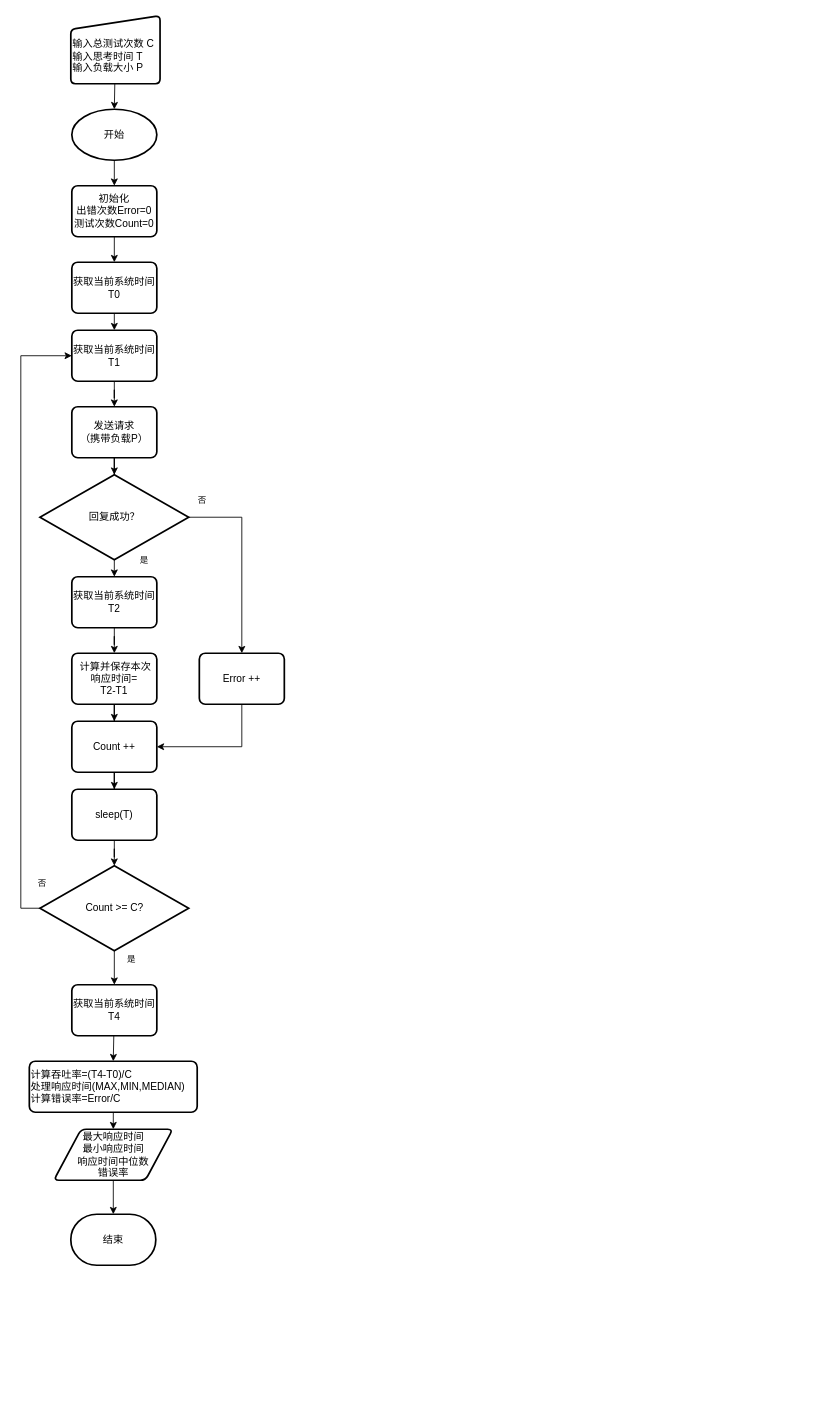
Earlier version of the draw.io diagram page "Copy of Copy of Copy of Page-2" (5 of 6) of test_flow.drawio (bingo787/draw). Source tidied: cells renumbered, new cells numbered last; positions are measured from the earlier drawing's top-left corner, leaving out a move shared by most shapes. Both pictures are drawn from the tidied source at 85%, with x=0, y=0 at pixel (20, 15).
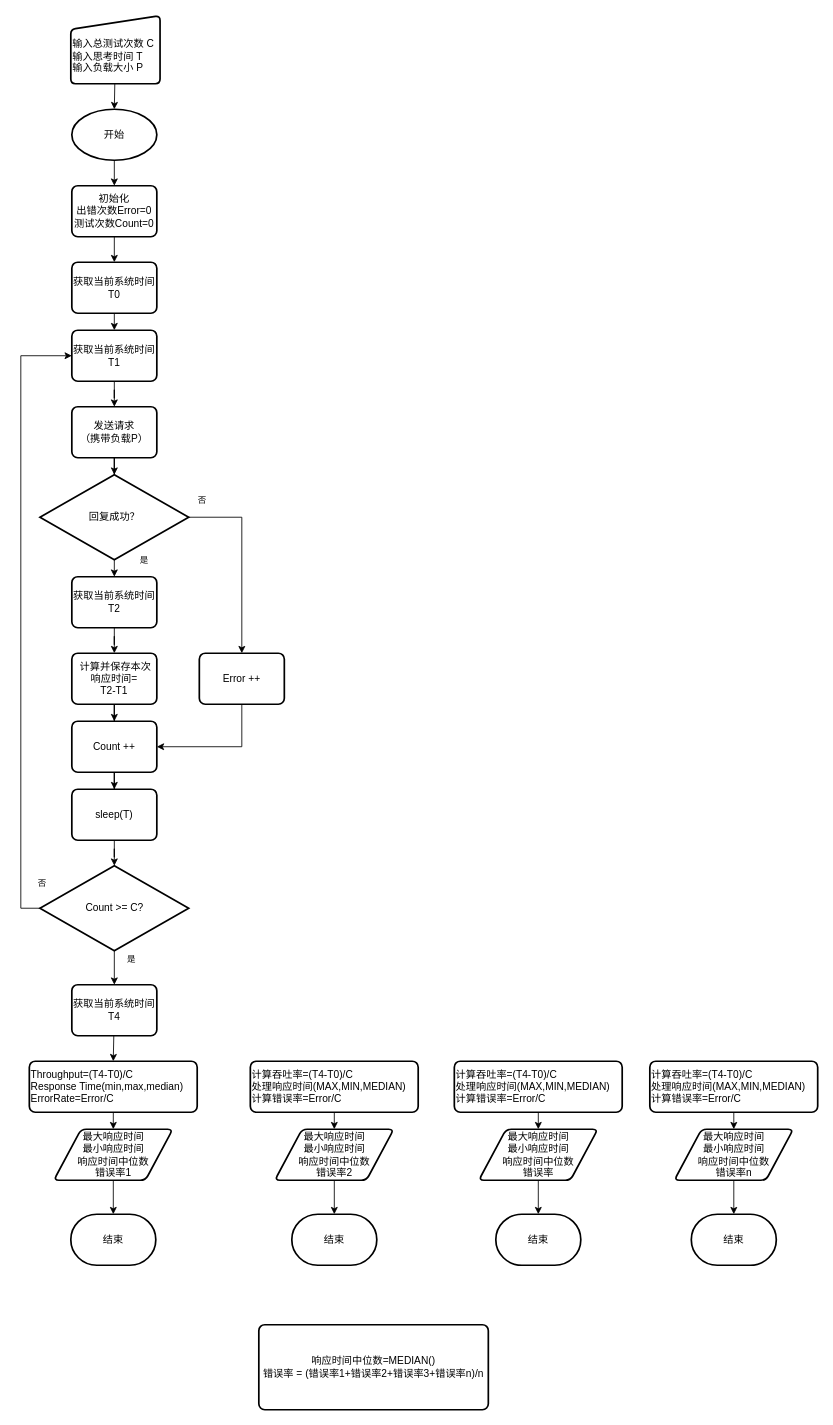
The same diagram, later.

Diff of the diagram source:
```diff
@@
-    <mxCell id="31" value="计算吞吐率=(T4-T0)/C&lt;br&gt;处理响应时间(MAX,MIN,MEDIAN)&lt;br&gt;计算错误率=Error/C" style="rounded=1;whiteSpace=wrap;html=1;absoluteArcSize=1;arcSize=14;strokeWidth=2;fontSize=12;align=left;" parent="1" vertex="1">
+    <mxCell id="31" value="Throughput=(T4-T0)/C&lt;br&gt;Response Time(min,max,median)&lt;br&gt;ErrorRate=Error/C" style="rounded=1;whiteSpace=wrap;html=1;absoluteArcSize=1;arcSize=14;strokeWidth=2;fontSize=12;align=left;" parent="1" vertex="1">
       <mxGeometry x="10" y="1230" width="197.5" height="60" as="geometry" />
     </mxCell>
@@
-    <mxCell id="33" value="最大响应时间&lt;br style=&quot;font-size: 12px;&quot;&gt;最小响应时间&lt;br style=&quot;font-size: 12px;&quot;&gt;响应时间中位数&lt;br style=&quot;font-size: 12px;&quot;&gt;错误率" style="shape=parallelogram;html=1;strokeWidth=2;perimeter=parallelogramPerimeter;whiteSpace=wrap;rounded=1;arcSize=12;size=0.23;fontSize=12;align=center;" parent="1" vertex="1">
+    <mxCell id="33" value="最大响应时间&lt;br style=&quot;font-size: 12px&quot;&gt;最小响应时间&lt;br style=&quot;font-size: 12px&quot;&gt;响应时间中位数&lt;br style=&quot;font-size: 12px&quot;&gt;错误率1" style="shape=parallelogram;html=1;strokeWidth=2;perimeter=parallelogramPerimeter;whiteSpace=wrap;rounded=1;arcSize=12;size=0.23;fontSize=12;align=center;" parent="1" vertex="1">
       <mxGeometry x="38.8" y="1310" width="140" height="60" as="geometry" />
     </mxCell>
@@
+    <mxCell id="41" style="group;" parent="1" vertex="1">
+      <mxGeometry x="270" y="1230" width="197.5" height="240" as="geometry" />
+    </mxCell>
+    <mxCell id="42" value="结束" style="strokeWidth=2;html=1;shape=mxgraph.flowchart.terminator;whiteSpace=wrap;align=center;" parent="41" vertex="1">
+      <mxGeometry x="48.8" y="180" width="100" height="60" as="geometry" />
+    </mxCell>
+    <mxCell id="43" value="计算吞吐率=(T4-T0)/C&lt;br&gt;处理响应时间(MAX,MIN,MEDIAN)&lt;br&gt;计算错误率=Error/C" style="rounded=1;whiteSpace=wrap;html=1;absoluteArcSize=1;arcSize=14;strokeWidth=2;fontSize=12;align=left;" parent="41" vertex="1">
+      <mxGeometry width="197.5" height="60" as="geometry" />
+    </mxCell>
+    <mxCell id="44" style="edgeStyle=orthogonalEdgeStyle;rounded=0;jettySize=auto;html=1;entryX=0.5;entryY=0;entryDx=0;entryDy=0;entryPerimeter=0;fontSize=10;" parent="41" edge="1" source="45" target="42">
+      <mxGeometry relative="1" as="geometry" />
+    </mxCell>
+    <mxCell id="45" value="最大响应时间&lt;br style=&quot;font-size: 12px&quot;&gt;最小响应时间&lt;br style=&quot;font-size: 12px&quot;&gt;响应时间中位数&lt;br style=&quot;font-size: 12px&quot;&gt;错误率2" style="shape=parallelogram;html=1;strokeWidth=2;perimeter=parallelogramPerimeter;whiteSpace=wrap;rounded=1;arcSize=12;size=0.23;fontSize=12;align=center;" parent="41" vertex="1">
+      <mxGeometry x="28.8" y="80" width="140" height="60" as="geometry" />
+    </mxCell>
+    <mxCell id="46" style="edgeStyle=orthogonalEdgeStyle;rounded=0;jettySize=auto;html=1;entryX=0.5;entryY=0;entryDx=0;entryDy=0;fontSize=10;" parent="41" edge="1" source="43" target="45">
+      <mxGeometry relative="1" as="geometry" />
+    </mxCell>
+    <mxCell id="47" style="group;" parent="1" vertex="1">
+      <mxGeometry x="510" y="1230" width="197.5" height="240" as="geometry" />
+    </mxCell>
+    <mxCell id="48" value="结束" style="strokeWidth=2;html=1;shape=mxgraph.flowchart.terminator;whiteSpace=wrap;align=center;" parent="47" vertex="1">
+      <mxGeometry x="48.8" y="180" width="100" height="60" as="geometry" />
+    </mxCell>
+    <mxCell id="49" value="计算吞吐率=(T4-T0)/C&lt;br&gt;处理响应时间(MAX,MIN,MEDIAN)&lt;br&gt;计算错误率=Error/C" style="rounded=1;whiteSpace=wrap;html=1;absoluteArcSize=1;arcSize=14;strokeWidth=2;fontSize=12;align=left;" parent="47" vertex="1">
+      <mxGeometry width="197.5" height="60" as="geometry" />
+    </mxCell>
+    <mxCell id="50" style="edgeStyle=orthogonalEdgeStyle;rounded=0;jettySize=auto;html=1;entryX=0.5;entryY=0;entryDx=0;entryDy=0;entryPerimeter=0;fontSize=10;" parent="47" edge="1" source="51" target="48">
+      <mxGeometry relative="1" as="geometry" />
+    </mxCell>
+    <mxCell id="51" value="最大响应时间&lt;br style=&quot;font-size: 12px;&quot;&gt;最小响应时间&lt;br style=&quot;font-size: 12px;&quot;&gt;响应时间中位数&lt;br style=&quot;font-size: 12px;&quot;&gt;错误率" style="shape=parallelogram;html=1;strokeWidth=2;perimeter=parallelogramPerimeter;whiteSpace=wrap;rounded=1;arcSize=12;size=0.23;fontSize=12;align=center;" parent="47" vertex="1">
+      <mxGeometry x="28.8" y="80" width="140" height="60" as="geometry" />
+    </mxCell>
+    <mxCell id="52" style="edgeStyle=orthogonalEdgeStyle;rounded=0;jettySize=auto;html=1;entryX=0.5;entryY=0;entryDx=0;entryDy=0;fontSize=10;" parent="47" edge="1" source="49" target="51">
+      <mxGeometry relative="1" as="geometry" />
+    </mxCell>
+    <mxCell id="53" style="group;" parent="1" vertex="1">
+      <mxGeometry x="740" y="1230" width="197.5" height="240" as="geometry" />
+    </mxCell>
+    <mxCell id="54" value="结束" style="strokeWidth=2;html=1;shape=mxgraph.flowchart.terminator;whiteSpace=wrap;align=center;" parent="53" vertex="1">
+      <mxGeometry x="48.8" y="180" width="100" height="60" as="geometry" />
+    </mxCell>
+    <mxCell id="55" value="计算吞吐率=(T4-T0)/C&lt;br&gt;处理响应时间(MAX,MIN,MEDIAN)&lt;br&gt;计算错误率=Error/C" style="rounded=1;whiteSpace=wrap;html=1;absoluteArcSize=1;arcSize=14;strokeWidth=2;fontSize=12;align=left;" parent="53" vertex="1">
+      <mxGeometry width="197.5" height="60" as="geometry" />
+    </mxCell>
+    <mxCell id="56" style="edgeStyle=orthogonalEdgeStyle;rounded=0;jettySize=auto;html=1;entryX=0.5;entryY=0;entryDx=0;entryDy=0;entryPerimeter=0;fontSize=10;" parent="53" edge="1" source="57" target="54">
+      <mxGeometry relative="1" as="geometry" />
+    </mxCell>
+    <mxCell id="57" value="最大响应时间&lt;br style=&quot;font-size: 12px&quot;&gt;最小响应时间&lt;br style=&quot;font-size: 12px&quot;&gt;响应时间中位数&lt;br style=&quot;font-size: 12px&quot;&gt;错误率n" style="shape=parallelogram;html=1;strokeWidth=2;perimeter=parallelogramPerimeter;whiteSpace=wrap;rounded=1;arcSize=12;size=0.23;fontSize=12;align=center;" parent="53" vertex="1">
+      <mxGeometry x="28.8" y="80" width="140" height="60" as="geometry" />
+    </mxCell>
+    <mxCell id="58" style="edgeStyle=orthogonalEdgeStyle;rounded=0;jettySize=auto;html=1;entryX=0.5;entryY=0;entryDx=0;entryDy=0;fontSize=10;" parent="53" edge="1" source="55" target="57">
+      <mxGeometry relative="1" as="geometry" />
+    </mxCell>
+    <mxCell id="59" value="响应时间中位数=MEDIAN()&lt;br&gt;错误率 = (错误率1+错误率2+错误率3+错误率n)/n" style="rounded=1;whiteSpace=wrap;html=1;absoluteArcSize=1;arcSize=14;strokeWidth=2;fontSize=12;align=center;" parent="1" vertex="1">
+      <mxGeometry x="280" y="1540" width="270" height="100" as="geometry" />
+    </mxCell>
```
